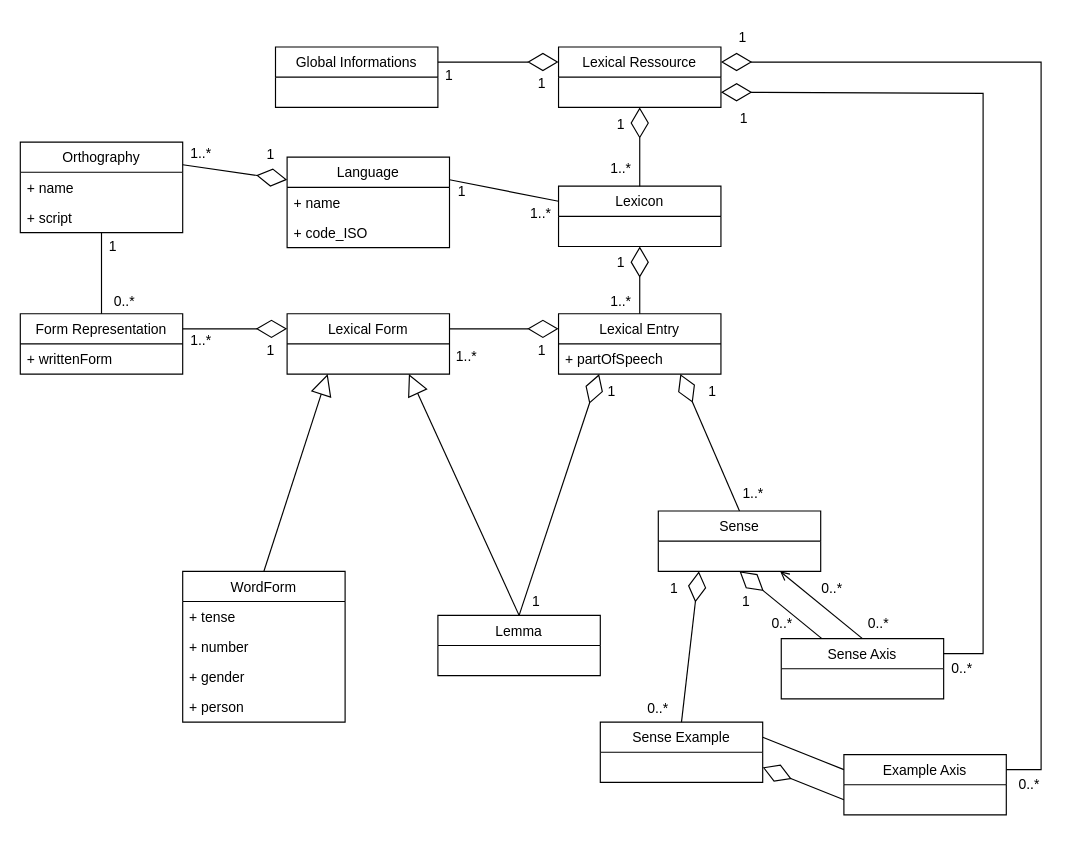
Unkorneg/jubennour keeps this draw.io diagram as jubennour.drawio. Above is the earlier version. Source tidied: cells renumbered, new cells numbered last; positions are measured from the earlier drawing's top-left corner, leaving out a move shared by most shapes. Both pictures are drawn from the tidied source at 116%, with x=0, y=0 at pixel (20, 20).
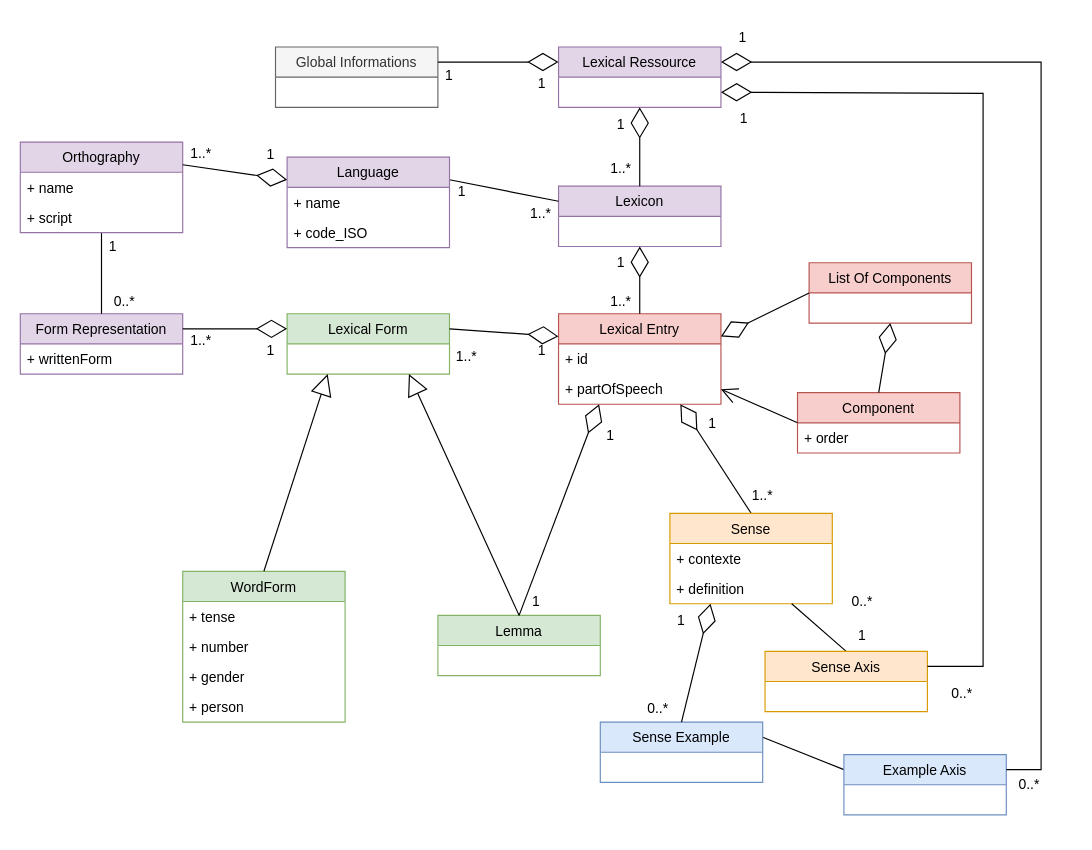
The same diagram, later.

Diff of the diagram source:
```diff
@@
-    <mxCell id="2" value="Lexical Ressource" style="swimlane;fontStyle=0;horizontal=1;startSize=26;fillColor=none;" parent="1" vertex="1">
+    <mxCell id="2" value="Lexical Ressource" style="swimlane;fontStyle=0;horizontal=1;startSize=26;fillColor=#e1d5e7;strokeColor=#9673a6;" parent="1" vertex="1">
       <mxGeometry x="464" y="23" width="140" height="52" as="geometry" />
     </mxCell>
-    <mxCell id="3" value="Global Informations" style="swimlane;fontStyle=0;horizontal=1;startSize=26;fillColor=none;" parent="1" vertex="1">
+    <mxCell id="3" value="Global Informations" style="swimlane;fontStyle=0;horizontal=1;startSize=26;fillColor=#f5f5f5;strokeColor=#666666;fontColor=#333333;" parent="1" vertex="1">
       <mxGeometry x="220" y="23" width="140" height="52" as="geometry" />
     </mxCell>
@@
-    <mxCell id="8" value="Lexicon" style="swimlane;fontStyle=0;horizontal=1;startSize=26;fillColor=none;" parent="1" vertex="1">
+    <mxCell id="8" value="Lexicon" style="swimlane;fontStyle=0;horizontal=1;startSize=26;fillColor=#e1d5e7;strokeColor=#9673a6;" parent="1" vertex="1">
       <mxGeometry x="464" y="143" width="140" height="52" as="geometry" />
     </mxCell>
@@
-    <mxCell id="11" value="Language" style="swimlane;fontStyle=0;horizontal=1;startSize=26;fillColor=none;" parent="1" vertex="1">
+    <mxCell id="11" value="Language" style="swimlane;fontStyle=0;horizontal=1;startSize=26;fillColor=#e1d5e7;strokeColor=#9673a6;" parent="1" vertex="1">
       <mxGeometry x="230" y="118" width="140" height="78" as="geometry" />
     </mxCell>
@@
-    <mxCell id="14" value="Lexical Entry" style="swimlane;fontStyle=0;horizontal=1;startSize=26;fillColor=none;" parent="1" vertex="1">
-      <mxGeometry x="464" y="253" width="140" height="52" as="geometry" />
+    <mxCell id="14" value="Lexical Entry" style="swimlane;fontStyle=0;horizontal=1;startSize=26;fillColor=#f8cecc;strokeColor=#b85450;" parent="1" vertex="1">
+      <mxGeometry x="464" y="253" width="140" height="78" as="geometry" />
     </mxCell>
+    <mxCell id="101" value="+ id" style="text;strokeColor=none;fillColor=none;align=left;verticalAlign=top;spacingLeft=4;spacingRight=4;overflow=hidden;" parent="14" vertex="1">
+      <mxGeometry y="26" width="140" height="26" as="geometry" />
+    </mxCell>
     <mxCell id="15" value="+ partOfSpeech" style="text;strokeColor=none;fillColor=none;align=left;verticalAlign=top;spacingLeft=4;spacingRight=4;overflow=hidden;points=[[0,0.5],[1,0.5]];portConstraint=eastwest;" parent="14" vertex="1">
-      <mxGeometry y="26" width="140" height="26" as="geometry" />
+      <mxGeometry y="52" width="140" height="26" as="geometry" />
     </mxCell>
@@
-    <mxCell id="17" value="Lexical Form" style="swimlane;fontStyle=0;horizontal=1;startSize=26;fillColor=none;" parent="1" vertex="1">
+    <mxCell id="17" value="Lexical Form" style="swimlane;fontStyle=0;horizontal=1;startSize=26;fillColor=#d5e8d4;strokeColor=#82b366;" parent="1" vertex="1">
       <mxGeometry x="230" y="253" width="140" height="52" as="geometry" />
     </mxCell>
-    <mxCell id="18" value="Form Representation" style="swimlane;fontStyle=0;horizontal=1;startSize=26;fillColor=none;" parent="1" vertex="1">
+    <mxCell id="18" value="Form Representation" style="swimlane;fontStyle=0;horizontal=1;startSize=26;fillColor=#e1d5e7;strokeColor=#9673a6;" parent="1" vertex="1">
       <mxGeometry y="253" width="140" height="52" as="geometry" />
     </mxCell>
@@
-    <mxCell id="20" value="WordForm" style="swimlane;fontStyle=0;horizontal=1;startSize=26;fillColor=none;" parent="1" vertex="1">
+    <mxCell id="20" value="WordForm" style="swimlane;fontStyle=0;horizontal=1;startSize=26;fillColor=#d5e8d4;strokeColor=#82b366;" parent="1" vertex="1">
       <mxGeometry x="140" y="475" width="140" height="130" as="geometry" />
     </mxCell>
@@
-    <mxCell id="25" value="Lemma" style="swimlane;fontStyle=0;horizontal=1;startSize=26;fillColor=none;" parent="1" vertex="1">
+    <mxCell id="25" value="Lemma" style="swimlane;fontStyle=0;horizontal=1;startSize=26;fillColor=#d5e8d4;strokeColor=#82b366;" parent="1" vertex="1">
       <mxGeometry x="360" y="513" width="140" height="52" as="geometry" />
     </mxCell>
@@
-    <mxCell id="43" value="Sense" style="swimlane;fontStyle=0;horizontal=1;startSize=26;fillColor=none;" parent="1" vertex="1">
-      <mxGeometry x="550" y="423" width="140" height="52" as="geometry" />
-    </mxCell>
@@
     <mxCell id="50" style="group;" parent="1" vertex="1">
-      <mxGeometry x="480" y="305" width="60" height="30" as="geometry" />
+      <mxGeometry x="479" y="343" width="60" height="30" as="geometry" />
     </mxCell>
@@
     <mxCell id="52" style="group;" parent="1" vertex="1">
-      <mxGeometry x="567" y="305" width="60" height="30" as="geometry" />
+      <mxGeometry x="567" y="333" width="60" height="30" as="geometry" />
     </mxCell>
@@
     <mxCell id="54" style="group;" parent="1" vertex="1">
-      <mxGeometry x="602" y="393" width="60" height="30" as="geometry" />
+      <mxGeometry x="600" y="410" width="100" height="93" as="geometry" />
     </mxCell>
-    <mxCell id="55" value="1..*" style="text;html=1;strokeColor=none;fillColor=none;align=center;verticalAlign=middle;whiteSpace=wrap;rounded=0;" parent="54" vertex="1">
-      <mxGeometry width="60" height="30" as="geometry" />
-    </mxCell>
+    <mxCell id="43" value="Sense" style="swimlane;fontStyle=0;horizontal=1;startSize=26;fillColor=#ffe6cc;strokeColor=#d79b00;" parent="54" vertex="1">
+      <mxGeometry x="-40" y="15" width="140" height="78" as="geometry" />
+    </mxCell>
+    <mxCell id="102" value="+ contexte" style="text;strokeColor=none;fillColor=none;align=left;verticalAlign=top;spacingLeft=4;spacingRight=4;overflow=hidden;" parent="43" vertex="1">
+      <mxGeometry y="26" width="140" height="26" as="geometry" />
+    </mxCell>
+    <mxCell id="103" value="+ definition" style="text;strokeColor=none;fillColor=none;align=left;verticalAlign=top;spacingLeft=4;spacingRight=4;overflow=hidden;" parent="43" vertex="1">
+      <mxGeometry y="52" width="140" height="26" as="geometry" />
+    </mxCell>
@@
-    <mxCell id="57" value="Orthography" style="swimlane;fontStyle=0;horizontal=1;startSize=26;fillColor=none;" parent="1" vertex="1">
+    <mxCell id="57" value="Orthography" style="swimlane;fontStyle=0;horizontal=1;startSize=26;fillColor=#e1d5e7;strokeColor=#9673a6;" parent="1" vertex="1">
       <mxGeometry y="105" width="140" height="78" as="geometry" />
     </mxCell>
@@
-    <mxCell id="64" style="rounded=0;jettySize=auto;html=1;exitX=0.5;exitY=0;exitDx=0;exitDy=0;entryX=0.75;entryY=1;entryDx=0;entryDy=0;endArrow=open;endFill=0;" parent="1" edge="1" source="65" target="43">
+    <mxCell id="64" style="rounded=0;jettySize=auto;html=1;exitX=0.5;exitY=0;exitDx=0;exitDy=0;entryX=0.75;entryY=1;entryDx=0;entryDy=0;endArrow=none;endFill=0;" parent="1" edge="1" source="65" target="43">
       <mxGeometry relative="1" as="geometry" />
     </mxCell>
-    <mxCell id="65" value="Sense Axis" style="swimlane;fontStyle=0;horizontal=1;startSize=26;fillColor=none;" parent="1" vertex="1">
-      <mxGeometry x="656" y="533" width="140" height="52" as="geometry" />
+    <mxCell id="65" value="Sense Axis" style="swimlane;fontStyle=0;horizontal=1;startSize=26;fillColor=#ffe6cc;strokeColor=#d79b00;" parent="1" vertex="1">
+      <mxGeometry x="642" y="544" width="140" height="52" as="geometry" />
     </mxCell>
     <mxCell id="66" style="endArrow=diamondThin;endFill=0;endSize=24;html=1;rounded=0;entryX=1;entryY=0.75;entryDx=0;entryDy=0;exitX=1;exitY=0.25;exitDx=0;exitDy=0;" parent="1" edge="1" source="65" target="2">
       <mxGeometry relative="1" as="geometry">
         <Array as="points">
-          <mxPoint x="830" y="546" />
+          <mxPoint x="830" y="557" />
+          <mxPoint x="830" y="273" />
           <mxPoint x="830" y="63" />
         </Array>
       </mxGeometry>
     </mxCell>
@@
-    <mxCell id="69" value="Sense Example" style="swimlane;fontStyle=0;horizontal=1;startSize=26;fillColor=none;" parent="1" vertex="1">
+    <mxCell id="69" value="Sense Example" style="swimlane;fontStyle=0;horizontal=1;startSize=26;fillColor=#dae8fc;strokeColor=#6c8ebf;" parent="1" vertex="1">
       <mxGeometry x="500" y="605" width="140" height="52" as="geometry" />
     </mxCell>
@@
-    <mxCell id="71" value="Example Axis" style="swimlane;fontStyle=0;horizontal=1;startSize=26;fillColor=none;" parent="1" vertex="1">
+    <mxCell id="71" value="Example Axis" style="swimlane;fontStyle=0;horizontal=1;startSize=26;fillColor=#dae8fc;strokeColor=#6c8ebf;" parent="1" vertex="1">
       <mxGeometry x="710" y="633" width="140" height="52" as="geometry" />
     </mxCell>
@@
-    <mxCell id="73" style="endArrow=diamondThin;endFill=0;endSize=24;html=1;rounded=0;exitX=0.25;exitY=0;exitDx=0;exitDy=0;entryX=0.5;entryY=1;entryDx=0;entryDy=0;" parent="1" edge="1" source="65" target="43">
-      <mxGeometry relative="1" as="geometry" />
-    </mxCell>
     <mxCell id="74" style="group;" parent="1" vertex="1">
-      <mxGeometry x="670" y="475" width="60" height="30" as="geometry" />
+      <mxGeometry x="696" y="486" width="60" height="30" as="geometry" />
     </mxCell>
@@
     <mxCell id="76" style="group;" parent="1" vertex="1">
-      <mxGeometry x="710" y="505" width="60" height="30" as="geometry" />
+      <mxGeometry x="696" y="516" width="60" height="30" as="geometry" />
     </mxCell>
-    <mxCell id="77" value="0..*" style="text;html=1;strokeColor=none;fillColor=none;align=center;verticalAlign=middle;whiteSpace=wrap;rounded=0;" parent="76" vertex="1">
+    <mxCell id="77" value="1" style="text;html=1;strokeColor=none;fillColor=none;align=center;verticalAlign=middle;whiteSpace=wrap;rounded=0;" parent="76" vertex="1">
       <mxGeometry width="60" height="30" as="geometry" />
     </mxCell>
-    <mxCell id="78" style="group;" parent="1" vertex="1">
-      <mxGeometry x="596" y="486" width="60" height="30" as="geometry" />
-    </mxCell>
-    <mxCell id="79" value="1" style="text;html=1;strokeColor=none;fillColor=none;align=center;verticalAlign=middle;whiteSpace=wrap;rounded=0;" parent="78" vertex="1">
-      <mxGeometry width="60" height="30" as="geometry" />
-    </mxCell>
-    <mxCell id="80" style="group;" parent="1" vertex="1">
-      <mxGeometry x="627" y="505" width="60" height="30" as="geometry" />
-    </mxCell>
-    <mxCell id="81" value="0..*" style="text;html=1;strokeColor=none;fillColor=none;align=center;verticalAlign=middle;whiteSpace=wrap;rounded=0;" parent="80" vertex="1">
-      <mxGeometry width="60" height="30" as="geometry" />
-    </mxCell>
     <mxCell id="82" style="group;" parent="1" vertex="1">
-      <mxGeometry x="782" y="544" width="60" height="30" as="geometry" />
+      <mxGeometry x="782" y="566" width="60" height="30" as="geometry" />
     </mxCell>
@@
     <mxCell id="96" style="group;" parent="1" vertex="1">
-      <mxGeometry x="534" y="475" width="60" height="30" as="geometry" />
+      <mxGeometry x="540" y="503" width="60" height="30" as="geometry" />
     </mxCell>
@@
-    <mxCell id="100" style="endArrow=diamondThin;endFill=0;endSize=24;html=1;rounded=0;exitX=0;exitY=0.75;exitDx=0;exitDy=0;entryX=1;entryY=0.75;entryDx=0;entryDy=0;" parent="1" edge="1" source="71" target="69">
-      <mxGeometry relative="1" as="geometry" />
-    </mxCell>
+    <mxCell id="55" value="1..*" style="text;html=1;strokeColor=none;fillColor=none;align=center;verticalAlign=middle;whiteSpace=wrap;rounded=0;" parent="1" vertex="1">
+      <mxGeometry x="610" y="395" width="60" height="30" as="geometry" />
+    </mxCell>
+    <mxCell id="104" value="List Of Components" style="swimlane;fontStyle=0;horizontal=1;startSize=26;fillColor=#f8cecc;strokeColor=#b85450;" parent="1" vertex="1">
+      <mxGeometry x="680" y="209" width="140" height="52" as="geometry" />
+    </mxCell>
+    <mxCell id="105" style="endArrow=diamondThin;endFill=0;endSize=24;html=1;rounded=0;exitX=0;exitY=0.5;exitDx=0;exitDy=0;entryX=1;entryY=0.25;entryDx=0;entryDy=0;" parent="1" edge="1" source="104" target="14">
+      <mxGeometry relative="1" as="geometry" />
+    </mxCell>
+    <mxCell id="106" value="Component" style="swimlane;fontStyle=0;horizontal=1;startSize=26;fillColor=#f8cecc;strokeColor=#b85450;" parent="1" vertex="1">
+      <mxGeometry x="670" y="321" width="140" height="52" as="geometry" />
+    </mxCell>
+    <mxCell id="107" value="+ order" style="text;strokeColor=none;fillColor=none;align=left;verticalAlign=top;spacingLeft=4;spacingRight=4;overflow=hidden;" parent="106" vertex="1">
+      <mxGeometry y="26" width="140" height="26" as="geometry" />
+    </mxCell>
+    <mxCell id="108" style="endArrow=diamondThin;endFill=0;endSize=24;html=1;rounded=0;exitX=0.5;exitY=0;exitDx=0;exitDy=0;entryX=0.5;entryY=1;entryDx=0;entryDy=0;" parent="1" edge="1" source="106" target="104">
+      <mxGeometry relative="1" as="geometry" />
+    </mxCell>
+    <mxCell id="109" style="endArrow=open;endFill=1;endSize=12;html=1;rounded=0;exitX=0;exitY=0.5;exitDx=0;exitDy=0;entryX=1;entryY=0.5;entryDx=0;entryDy=0;" parent="1" edge="1" source="106" target="15">
+      <mxGeometry relative="1" as="geometry" />
+    </mxCell>
```
